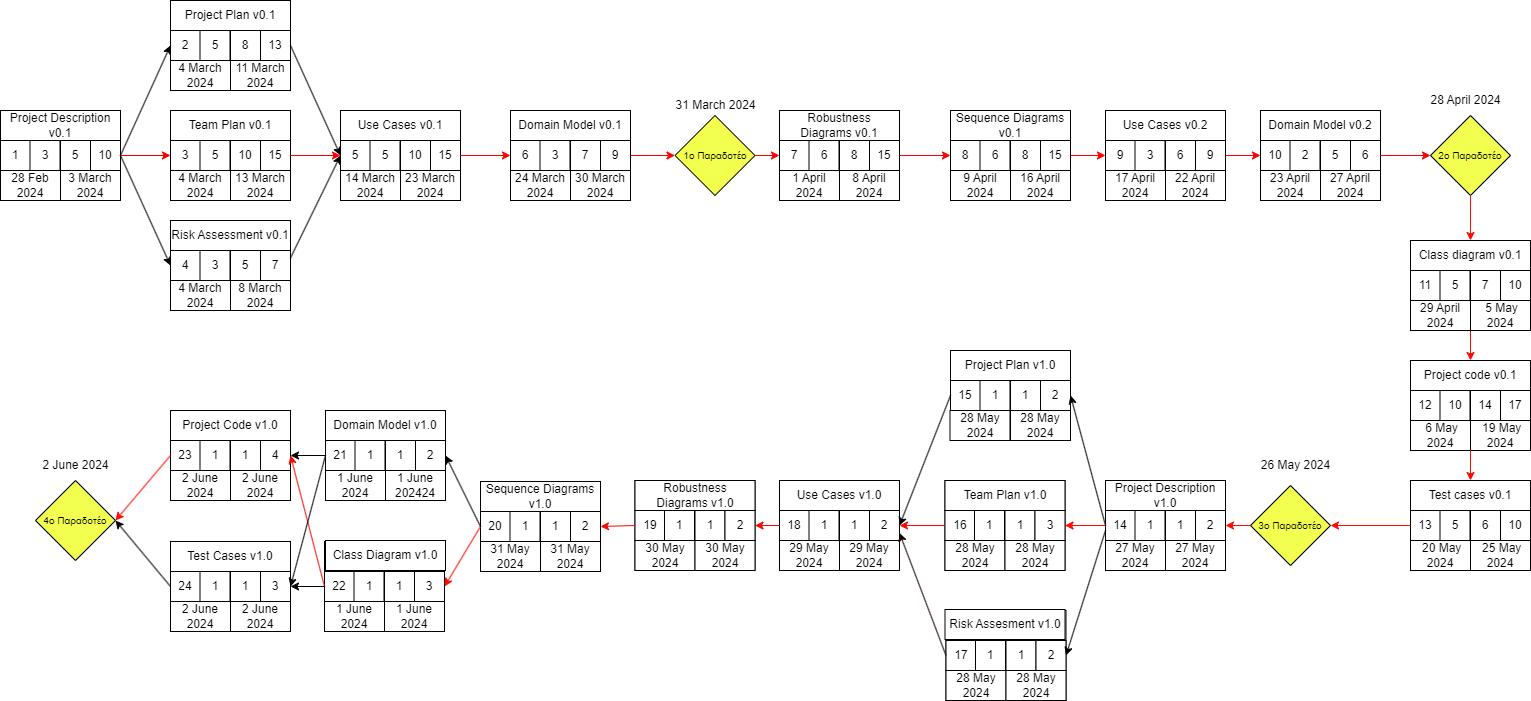
This is NOTES/TL-2024-Team-Plan-Pert-v0.1.drawio.png from Nektar24/software-engineering, a draw.io export, as it was before one commit. Source tidied: cells renumbered, new cells last; positions are measured from the earlier drawing's top-left corner, leaving out a move shared by most shapes.
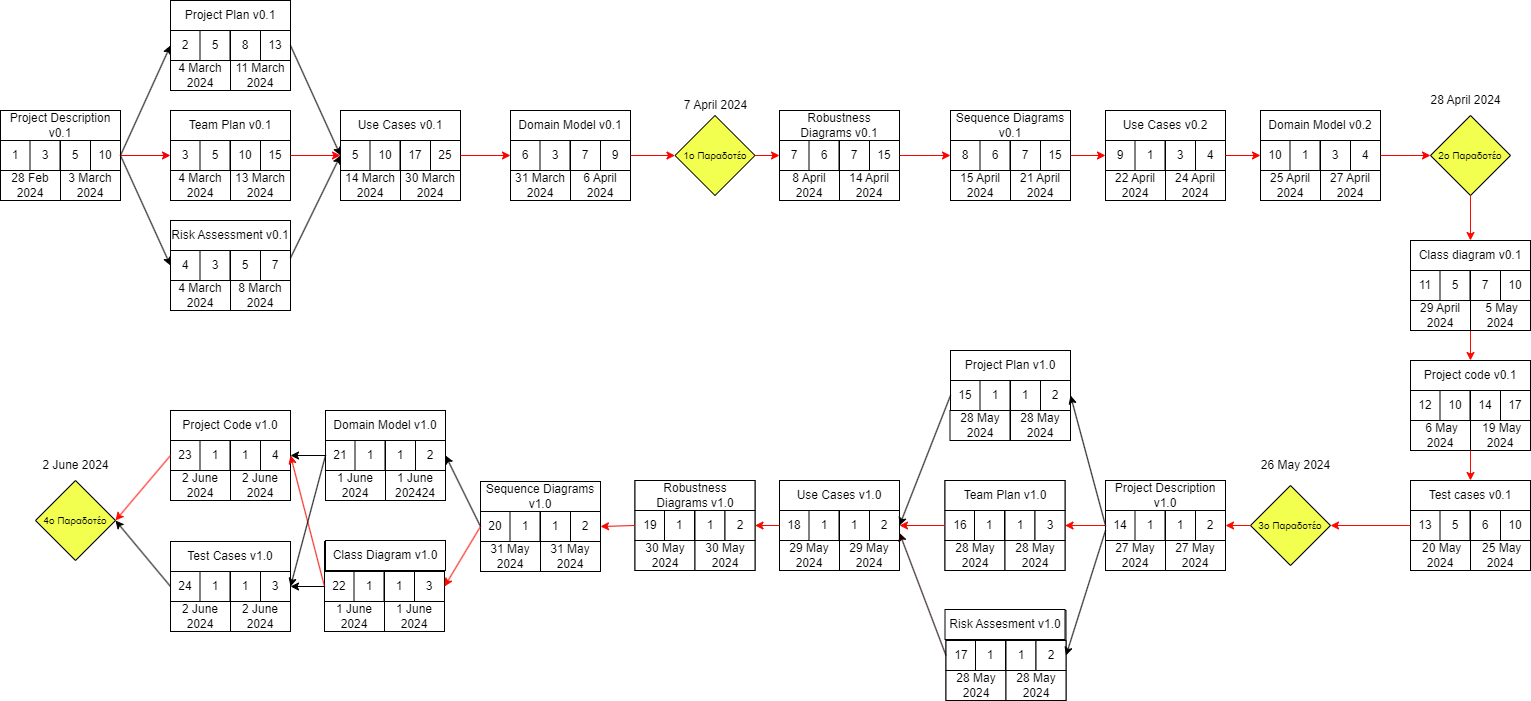
After the commit.

Commit message:
pert αλλαγη επειδη αλλαξε το παραδοταιο

What changed in the source:
```diff
@@ -38,13 +38,13 @@
     <mxCell id="13" value="6" style="whiteSpace=wrap;html=1;" parent="1" vertex="1">
       <mxGeometry x="979.5" y="140" width="30" height="30" as="geometry" />
     </mxCell>
-    <mxCell id="14" value="8" style="whiteSpace=wrap;html=1;" parent="1" vertex="1">
+    <mxCell id="14" value="7" style="whiteSpace=wrap;html=1;" parent="1" vertex="1">
       <mxGeometry x="1010" y="140" width="30" height="30" as="geometry" />
     </mxCell>
     <mxCell id="15" value="15" style="whiteSpace=wrap;html=1;" parent="1" vertex="1">
       <mxGeometry x="1040" y="140" width="30" height="30" as="geometry" />
     </mxCell>
-    <mxCell id="16" value="16 April 2024" style="rounded=0;whiteSpace=wrap;html=1;" parent="1" vertex="1">
+    <mxCell id="16" value="21 April 2024" style="rounded=0;whiteSpace=wrap;html=1;" parent="1" vertex="1">
       <mxGeometry x="1010" y="170" width="60" height="30" as="geometry" />
     </mxCell>
     <mxCell id="17" style="rounded=0;whiteSpace=wrap;html=1;" parent="1" vertex="1">
@@ -128,19 +128,19 @@
     <mxCell id="43" value="5" style="rounded=0;whiteSpace=wrap;html=1;" parent="1" vertex="1">
       <mxGeometry x="340" y="140" width="30" height="30" as="geometry" />
     </mxCell>
-    <mxCell id="44" value="5" style="whiteSpace=wrap;html=1;" parent="1" vertex="1">
+    <mxCell id="44" value="10" style="whiteSpace=wrap;html=1;" parent="1" vertex="1">
       <mxGeometry x="369.5" y="140" width="30" height="30" as="geometry" />
     </mxCell>
-    <mxCell id="45" value="10" style="whiteSpace=wrap;html=1;" parent="1" vertex="1">
+    <mxCell id="45" value="17" style="whiteSpace=wrap;html=1;" parent="1" vertex="1">
       <mxGeometry x="400" y="140" width="30" height="30" as="geometry" />
     </mxCell>
-    <mxCell id="46" value="15" style="whiteSpace=wrap;html=1;" parent="1" vertex="1">
+    <mxCell id="46" value="25" style="whiteSpace=wrap;html=1;" parent="1" vertex="1">
       <mxGeometry x="430" y="140" width="30" height="30" as="geometry" />
     </mxCell>
     <mxCell id="47" value="14 March 2024" style="rounded=0;whiteSpace=wrap;html=1;" parent="1" vertex="1">
       <mxGeometry x="340" y="170" width="60" height="30" as="geometry" />
     </mxCell>
-    <mxCell id="48" value="23 March 2024" style="rounded=0;whiteSpace=wrap;html=1;" parent="1" vertex="1">
+    <mxCell id="48" value="30 March 2024" style="rounded=0;whiteSpace=wrap;html=1;" parent="1" vertex="1">
       <mxGeometry x="400" y="170" width="60" height="30" as="geometry" />
     </mxCell>
     <mxCell id="49" style="rounded=0;whiteSpace=wrap;html=1;" parent="1" vertex="1">
@@ -161,10 +161,10 @@
     <mxCell id="54" value="9" style="whiteSpace=wrap;html=1;" parent="1" vertex="1">
       <mxGeometry x="600" y="140" width="30" height="30" as="geometry" />
     </mxCell>
-    <mxCell id="55" value="24 March 2024" style="rounded=0;whiteSpace=wrap;html=1;" parent="1" vertex="1">
+    <mxCell id="55" value="31 March 2024" style="rounded=0;whiteSpace=wrap;html=1;" parent="1" vertex="1">
       <mxGeometry x="510" y="170" width="60" height="30" as="geometry" />
     </mxCell>
-    <mxCell id="56" value="30 March 2024" style="rounded=0;whiteSpace=wrap;html=1;" parent="1" vertex="1">
+    <mxCell id="56" value="6 April 2024" style="rounded=0;whiteSpace=wrap;html=1;" parent="1" vertex="1">
       <mxGeometry x="570" y="170" width="60" height="30" as="geometry" />
     </mxCell>
     <mxCell id="57" value="&lt;font style=&quot;font-size: 10px;&quot;&gt;1o Παραδοτέο&lt;/font&gt;" style="rhombus;whiteSpace=wrap;html=1;fillColor=#F3FF4F;" parent="1" vertex="1">
@@ -194,8 +194,8 @@
     <mxCell id="65" style="endArrow=classic;html=1;rounded=0;exitX=1;exitY=0.5;exitDx=0;exitDy=0;entryX=0;entryY=0.5;entryDx=0;entryDy=0;strokeColor=#FF0000;" parent="1" edge="1" source="54" target="57">
       <mxGeometry relative="1" as="geometry" />
     </mxCell>
-    <mxCell id="66" value="31 March 2024" style="text;html=1;align=center;verticalAlign=middle;strokeColor=none;fillColor=none;" parent="1" vertex="1">
-      <mxGeometry x="664.5" y="90" width="100" height="30" as="geometry" />
+    <mxCell id="66" value="7 April 2024" style="text;html=1;align=center;verticalAlign=middle;strokeColor=none;fillColor=none;" parent="1" vertex="1">
+      <mxGeometry x="669.5" y="90" width="90" height="30" as="geometry" />
     </mxCell>
     <mxCell id="67" style="rounded=0;whiteSpace=wrap;html=1;" parent="1" vertex="1">
       <mxGeometry x="779" y="110" width="120" height="90" as="geometry" />
@@ -209,16 +209,16 @@
     <mxCell id="70" value="6" style="whiteSpace=wrap;html=1;" parent="1" vertex="1">
       <mxGeometry x="808.5" y="140" width="30" height="30" as="geometry" />
     </mxCell>
-    <mxCell id="71" value="8" style="whiteSpace=wrap;html=1;" parent="1" vertex="1">
+    <mxCell id="71" value="7" style="whiteSpace=wrap;html=1;" parent="1" vertex="1">
       <mxGeometry x="839" y="140" width="30" height="30" as="geometry" />
     </mxCell>
     <mxCell id="72" value="15" style="whiteSpace=wrap;html=1;" parent="1" vertex="1">
       <mxGeometry x="869" y="140" width="30" height="30" as="geometry" />
     </mxCell>
-    <mxCell id="73" value="1 April 2024" style="rounded=0;whiteSpace=wrap;html=1;" parent="1" vertex="1">
+    <mxCell id="73" value="8 April 2024" style="rounded=0;whiteSpace=wrap;html=1;" parent="1" vertex="1">
       <mxGeometry x="779" y="170" width="60" height="30" as="geometry" />
     </mxCell>
-    <mxCell id="74" value="8 April 2024" style="rounded=0;whiteSpace=wrap;html=1;" parent="1" vertex="1">
+    <mxCell id="74" value="14 April 2024" style="rounded=0;whiteSpace=wrap;html=1;" parent="1" vertex="1">
       <mxGeometry x="839" y="170" width="60" height="30" as="geometry" />
     </mxCell>
     <mxCell id="75" style="rounded=0;whiteSpace=wrap;html=1;" parent="1" vertex="1">
@@ -230,16 +230,16 @@
     <mxCell id="77" value="10" style="rounded=0;whiteSpace=wrap;html=1;" parent="1" vertex="1">
       <mxGeometry x="1260" y="140" width="30" height="30" as="geometry" />
     </mxCell>
-    <mxCell id="78" value="2" style="whiteSpace=wrap;html=1;" parent="1" vertex="1">
+    <mxCell id="78" value="1" style="whiteSpace=wrap;html=1;" parent="1" vertex="1">
       <mxGeometry x="1289.5" y="140" width="30" height="30" as="geometry" />
     </mxCell>
-    <mxCell id="79" value="5" style="whiteSpace=wrap;html=1;" parent="1" vertex="1">
+    <mxCell id="79" value="3" style="whiteSpace=wrap;html=1;" parent="1" vertex="1">
       <mxGeometry x="1320" y="140" width="30" height="30" as="geometry" />
     </mxCell>
-    <mxCell id="80" value="6" style="whiteSpace=wrap;html=1;" parent="1" vertex="1">
+    <mxCell id="80" value="4" style="whiteSpace=wrap;html=1;" parent="1" vertex="1">
       <mxGeometry x="1350" y="140" width="30" height="30" as="geometry" />
     </mxCell>
-    <mxCell id="81" value="23 April 2024" style="rounded=0;whiteSpace=wrap;html=1;" parent="1" vertex="1">
+    <mxCell id="81" value="25 April 2024" style="rounded=0;whiteSpace=wrap;html=1;" parent="1" vertex="1">
       <mxGeometry x="1260" y="170" width="60" height="30" as="geometry" />
     </mxCell>
     <mxCell id="82" value="27 April 2024" style="rounded=0;whiteSpace=wrap;html=1;" parent="1" vertex="1">
@@ -257,19 +257,19 @@
     <mxCell id="86" value="9" style="rounded=0;whiteSpace=wrap;html=1;" parent="1" vertex="1">
       <mxGeometry x="1105" y="140" width="30" height="30" as="geometry" />
     </mxCell>
-    <mxCell id="87" value="3" style="whiteSpace=wrap;html=1;" parent="1" vertex="1">
+    <mxCell id="87" value="1" style="whiteSpace=wrap;html=1;" parent="1" vertex="1">
       <mxGeometry x="1134.5" y="140" width="30" height="30" as="geometry" />
     </mxCell>
-    <mxCell id="88" value="6" style="whiteSpace=wrap;html=1;" parent="1" vertex="1">
+    <mxCell id="88" value="3" style="whiteSpace=wrap;html=1;" parent="1" vertex="1">
       <mxGeometry x="1165" y="140" width="30" height="30" as="geometry" />
     </mxCell>
-    <mxCell id="89" value="9" style="whiteSpace=wrap;html=1;" parent="1" vertex="1">
+    <mxCell id="89" value="4" style="whiteSpace=wrap;html=1;" parent="1" vertex="1">
       <mxGeometry x="1195" y="140" width="30" height="30" as="geometry" />
     </mxCell>
-    <mxCell id="90" value="17 April 2024" style="rounded=0;whiteSpace=wrap;html=1;" parent="1" vertex="1">
+    <mxCell id="90" value="22 April 2024" style="rounded=0;whiteSpace=wrap;html=1;" parent="1" vertex="1">
       <mxGeometry x="1105" y="170" width="60" height="30" as="geometry" />
     </mxCell>
-    <mxCell id="91" value="22 April 2024" style="rounded=0;whiteSpace=wrap;html=1;" parent="1" vertex="1">
+    <mxCell id="91" value="24 April 2024" style="rounded=0;whiteSpace=wrap;html=1;" parent="1" vertex="1">
       <mxGeometry x="1165" y="170" width="60" height="30" as="geometry" />
     </mxCell>
     <mxCell id="92" value="&lt;font style=&quot;font-size: 10px;&quot;&gt;2o Παραδοτέο&lt;/font&gt;" style="rhombus;whiteSpace=wrap;html=1;fillColor=#F3FF4F;" parent="1" vertex="1">
@@ -281,7 +281,7 @@
     <mxCell id="94" value="28 Αpril 2024" style="text;html=1;align=center;verticalAlign=middle;strokeColor=none;fillColor=none;" parent="1" vertex="1">
       <mxGeometry x="1420" y="85" width="90" height="30" as="geometry" />
     </mxCell>
-    <mxCell id="95" value="9 April 2024" style="rounded=0;whiteSpace=wrap;html=1;" parent="1" vertex="1">
+    <mxCell id="95" value="15 April 2024" style="rounded=0;whiteSpace=wrap;html=1;" parent="1" vertex="1">
       <mxGeometry x="950" y="170" width="60" height="30" as="geometry" />
     </mxCell>
     <mxCell id="96" style="endArrow=classic;html=1;rounded=0;exitX=0;exitY=1;exitDx=0;exitDy=0;strokeColor=#FF0800;" parent="1" edge="1" source="105" target="107">
```
